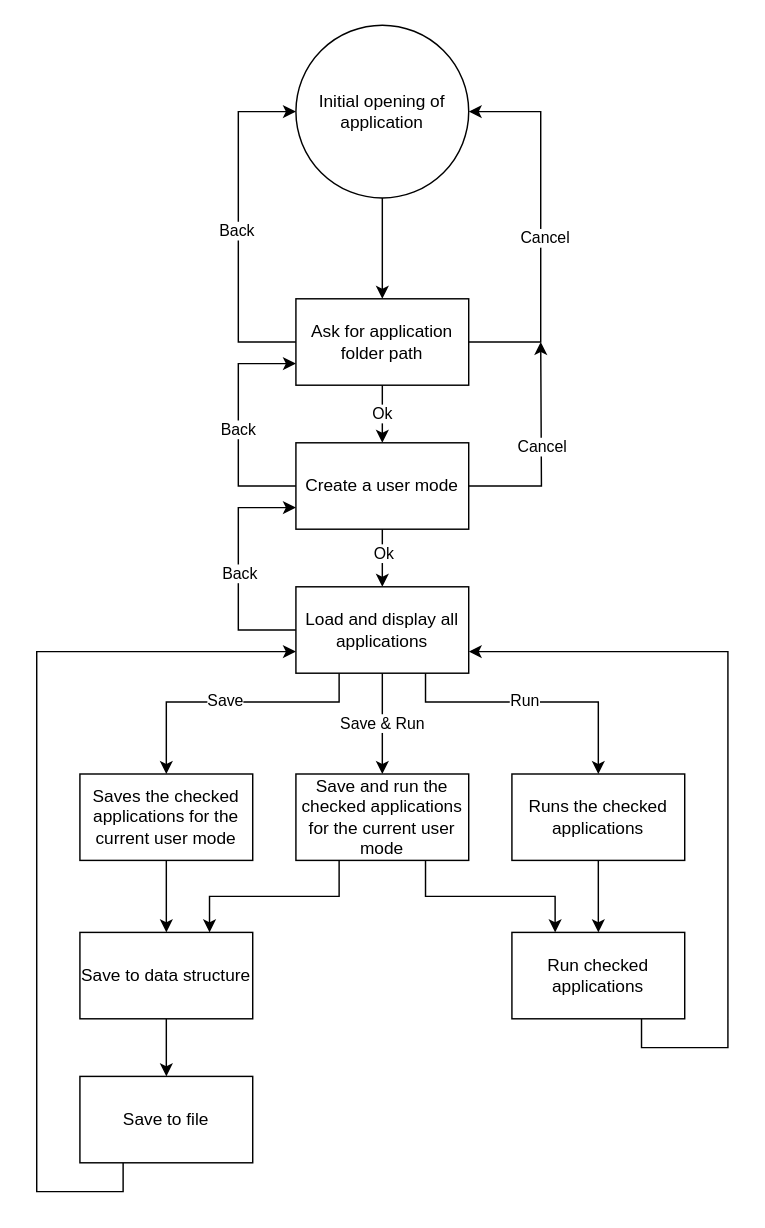
sohum7/openApp keeps this draw.io diagram as openApp.drawio. Above is the earlier version. Source tidied: cells renumbered, new cells numbered last; positions are measured from the earlier drawing's top-left corner, leaving out a move shared by most shapes. Both pictures are drawn from the tidied source at 144%, with x=0, y=0 at pixel (36, 24).
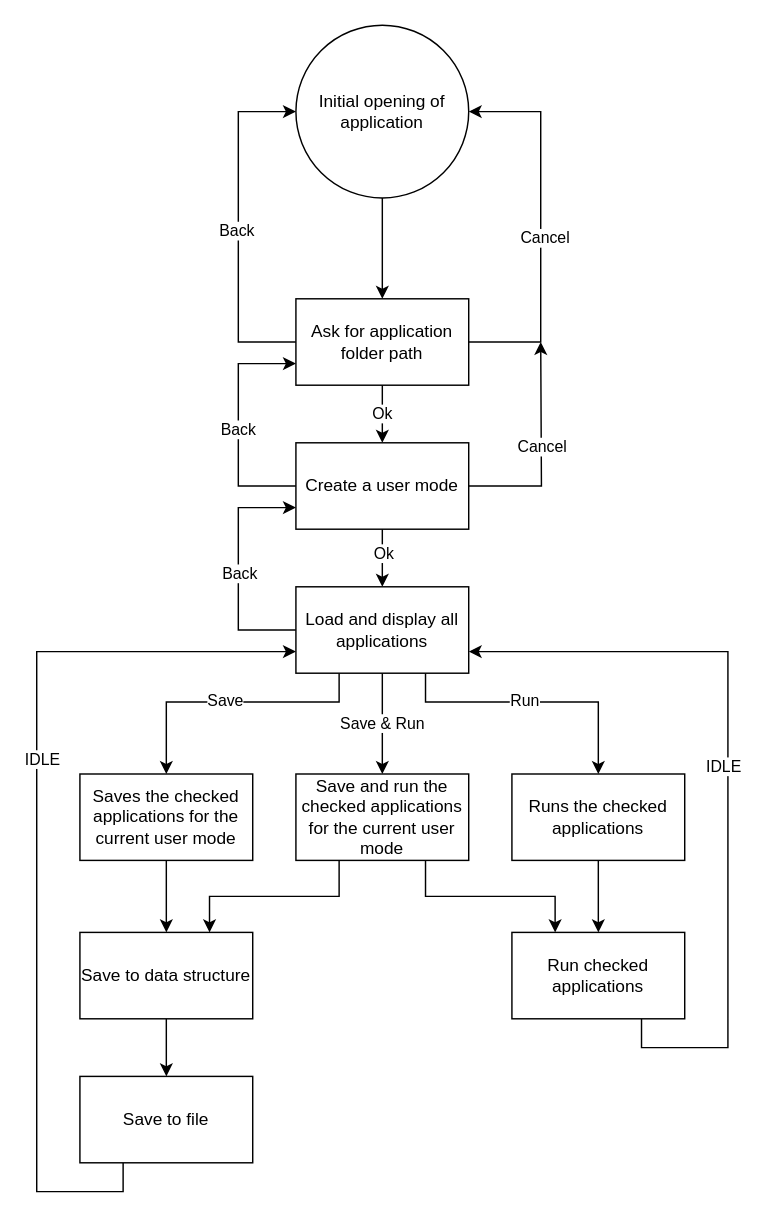
After the change.

The change refers to these unchanged cells:
```xml
<mxCell id="34" style="edgeStyle=orthogonalEdgeStyle;rounded=0;jettySize=auto;html=1;exitX=0.25;exitY=1;exitDx=0;exitDy=0;entryX=0;entryY=0.75;entryDx=0;entryDy=0;" parent="1" edge="1" source="35" target="24">
  <mxGeometry relative="1" as="geometry">
    <Array as="points">
      <mxPoint x="60" y="810" />
      <mxPoint y="810" />
      <mxPoint y="435" />
    </Array>
  </mxGeometry>
</mxCell>
<mxCell id="36" style="edgeStyle=orthogonalEdgeStyle;rounded=0;jettySize=auto;html=1;exitX=0.75;exitY=1;exitDx=0;exitDy=0;entryX=1;entryY=0.75;entryDx=0;entryDy=0;" parent="1" edge="1" source="37" target="24">
  <mxGeometry relative="1" as="geometry">
    <Array as="points">
      <mxPoint x="420" y="710" />
      <mxPoint x="480" y="710" />
      <mxPoint x="480" y="435" />
    </Array>
  </mxGeometry>
</mxCell>
```

What changed in the source:
```diff
@@
+    <mxCell id="38" value="IDLE" style="edgeLabel;html=1;align=center;verticalAlign=middle;" parent="34" vertex="1">
+      <mxGeometry x="0.2" y="-3" relative="1" as="geometry" />
+    </mxCell>
@@
+    <mxCell id="39" value="IDLE" style="edgeLabel;html=1;align=center;verticalAlign=middle;" parent="36" vertex="1">
+      <mxGeometry x="0.03" y="4" relative="1" as="geometry" />
+    </mxCell>
```
